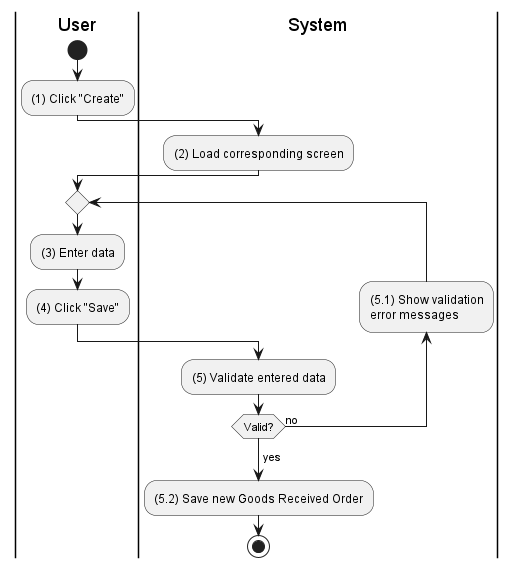
The PlantUML diagram activities/inventory-product-receive.png in phihungha/scmss-reqs, before a commit. Its diagram source:
```plantuml
@startuml inventory-product-receive
|u|User
|s|System

|u|
start
:(1) Click "Create";

|s|
:(2) Load corresponding screen;

|u|
repeat
    :(3) Enter data;
    :(4) Click "Save";
    |s|
    :(5) Validate entered data;
    backward:(5.1) Show validation
    error messages;
repeat while (Valid?) is (no)
->yes;
:(5.2) Save new Goods Received Order;
stop
@enduml
```
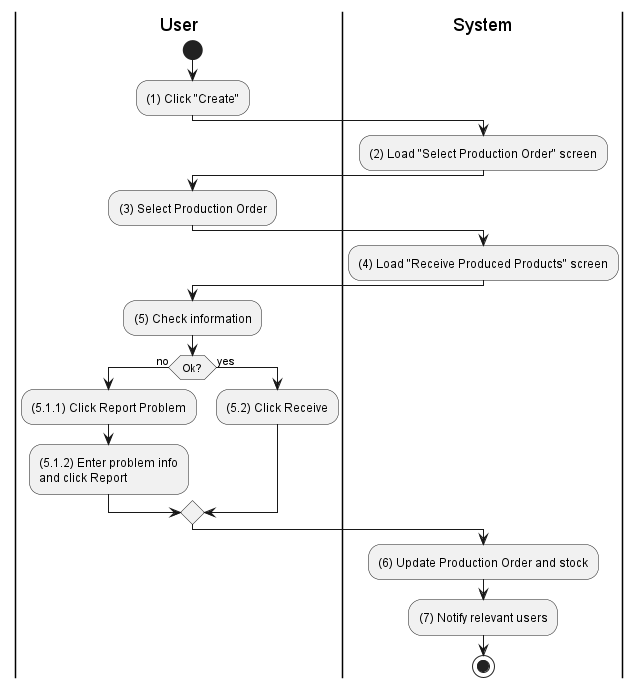
The same file after the commit.

What changed in the source:
```diff
@@ -7,18 +7,28 @@
 :(1) Click "Create";
 
 |s|
-:(2) Load corresponding screen;
+:(2) Load "Select Production Order" screen;
 
 |u|
-repeat
-    :(3) Enter data;
-    :(4) Click "Save";
-    |s|
-    :(5) Validate entered data;
-    backward:(5.1) Show validation
-    error messages;
-repeat while (Valid?) is (no)
-->yes;
-:(5.2) Save new Goods Received Order;
+:(3) Select Production Order;
+
+|s|
+:(4) Load "Receive Produced Products" screen;
+
+|u|
+:(5) Check information;
+
+if (Ok?) then (no)
+    |u|
+    :(5.1.1) Click Report Problem;
+    :(5.1.2) Enter problem info\nand click Report;
+else (yes)
+    |u|
+    :(5.2) Click Receive;
+endif
+
+|s|
+:(6) Update Production Order and stock;
+:(7) Notify relevant users;
 stop
 @enduml
```
